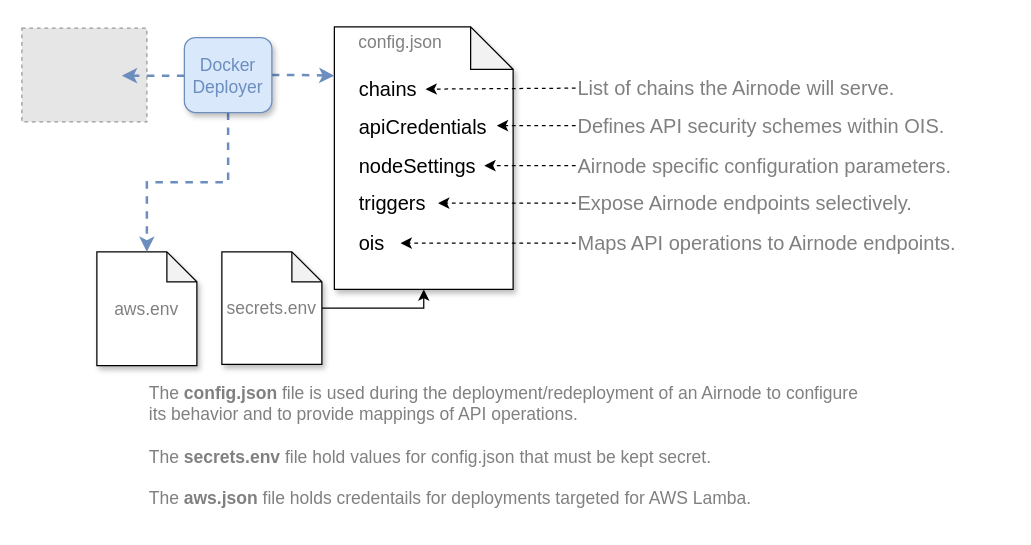
This is docs/airnode/next/assets/diagrams/config-json.drawio from api3dao/old-api3-docs, a draw.io file, before an edit. Source tidied: cells renumbered, new cells numbered last; positions are measured from the earlier drawing's top-left corner, leaving out a move shared by most shapes. Both pictures are drawn from the tidied source at 125%, with x=0, y=0 at pixel (21, 26). Pictures stored in the file or linked from it are replaced by grey dashed boxes.
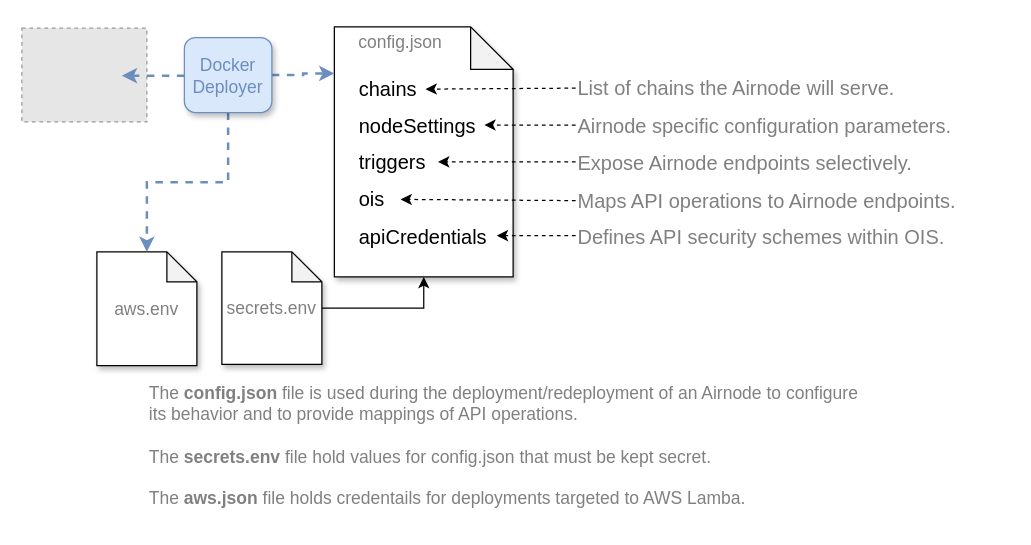
After the change.

The edit, as a diff of the source:
```diff
@@
     <mxCell id="2" style="shape=note;whiteSpace=wrap;html=1;backgroundOutline=1;darkOpacity=0.05;fontSize=14;size=34;shadow=1;" parent="1" vertex="1">
-      <mxGeometry x="250" width="143" height="210" as="geometry" />
+      <mxGeometry x="250" width="143" height="200" as="geometry" />
     </mxCell>
     <mxCell id="3" value="&lt;font style=&quot;font-size: 16px;&quot;&gt;Maps API operations to Airnode endpoints.&lt;/font&gt;" style="text;html=1;strokeColor=none;fillColor=none;align=left;verticalAlign=middle;whiteSpace=wrap;rounded=0;sketch=0;fontSize=16;fontColor=#808080;" parent="1" vertex="1">
-      <mxGeometry x="443" y="163" width="327" height="20" as="geometry" />
+      <mxGeometry x="443" y="129" width="327" height="20" as="geometry" />
     </mxCell>
     <mxCell id="4" value="Expose Airnode endpoints selectively." style="text;html=1;strokeColor=none;fillColor=none;align=left;verticalAlign=middle;whiteSpace=wrap;rounded=0;sketch=0;fontSize=16;fontColor=#808080;" parent="1" vertex="1">
-      <mxGeometry x="443" y="131" width="327" height="20" as="geometry" />
+      <mxGeometry x="443" y="99" width="327" height="20" as="geometry" />
     </mxCell>
     <mxCell id="5" value="Airnode specific configuration parameters." style="text;html=1;strokeColor=none;fillColor=none;align=left;verticalAlign=middle;whiteSpace=wrap;rounded=0;sketch=0;fontSize=16;fontColor=#808080;" parent="1" vertex="1">
-      <mxGeometry x="443" y="101" width="327" height="20" as="geometry" />
+      <mxGeometry x="443" y="68.5" width="327" height="20" as="geometry" />
     </mxCell>
@@
-    <mxCell id="9" value="&lt;font style=&quot;font-size: 14px&quot;&gt;The&amp;nbsp;&lt;b&gt;config.json&lt;/b&gt;&amp;nbsp;file is used during the deployment/redeployment of an Airnode to configure its behavior and to provide mappings of API operations.&lt;br&gt;&lt;br&gt;The &lt;b style=&quot;font-size: 14px&quot;&gt;secrets.env&lt;/b&gt; file hold values for&lt;span style=&quot;font-size: 14px&quot;&gt;&amp;nbsp;config.json that must be kept secret&lt;/span&gt;.&lt;br&gt;&lt;br&gt;The &lt;b&gt;aws.json&lt;/b&gt; file holds credentails for deployments targeted for AWS Lamba.&lt;br&gt;&lt;/font&gt;" style="text;html=1;strokeColor=none;fillColor=none;align=left;verticalAlign=middle;whiteSpace=wrap;rounded=0;shadow=1;sketch=0;fontSize=14;fontColor=#808080;" parent="1" vertex="1">
+    <mxCell id="9" value="&lt;font style=&quot;font-size: 14px&quot;&gt;The&amp;nbsp;&lt;b&gt;config.json&lt;/b&gt;&amp;nbsp;file is used during the deployment/redeployment of an Airnode to configure its behavior and to provide mappings of API operations.&lt;br&gt;&lt;br&gt;The &lt;b style=&quot;font-size: 14px&quot;&gt;secrets.env&lt;/b&gt; file hold values for&lt;span style=&quot;font-size: 14px&quot;&gt;&amp;nbsp;config.json that must be kept secret&lt;/span&gt;.&lt;br&gt;&lt;br&gt;The &lt;b&gt;aws.json&lt;/b&gt; file holds credentails for deployments targeted to AWS Lamba.&lt;br&gt;&lt;/font&gt;" style="text;html=1;strokeColor=none;fillColor=none;align=left;verticalAlign=middle;whiteSpace=wrap;rounded=0;shadow=1;sketch=0;fontSize=14;fontColor=#808080;" parent="1" vertex="1">
       <mxGeometry x="100" y="280" width="580" height="110" as="geometry" />
     </mxCell>
@@
     <mxCell id="12" value="&lt;font style=&quot;font-size: 16px&quot;&gt;apiCredentials&lt;/font&gt;" style="text;html=1;strokeColor=none;fillColor=none;align=left;verticalAlign=middle;whiteSpace=wrap;rounded=0;" parent="1" vertex="1">
-      <mxGeometry x="268" y="70" width="102" height="20" as="geometry" />
+      <mxGeometry x="268" y="158" width="102" height="20" as="geometry" />
     </mxCell>
     <mxCell id="13" value="&lt;font style=&quot;font-size: 16px&quot;&gt;nodeSettings&lt;br&gt;&lt;/font&gt;" style="text;html=1;strokeColor=none;fillColor=none;align=left;verticalAlign=middle;whiteSpace=wrap;rounded=0;" parent="1" vertex="1">
-      <mxGeometry x="268" y="101" width="105" height="20" as="geometry" />
+      <mxGeometry x="268" y="68.5" width="105" height="20" as="geometry" />
     </mxCell>
     <mxCell id="14" value="&lt;font style=&quot;font-size: 16px&quot;&gt;triggers&lt;br&gt;&lt;/font&gt;" style="text;html=1;strokeColor=none;fillColor=none;align=left;verticalAlign=middle;whiteSpace=wrap;rounded=0;" parent="1" vertex="1">
-      <mxGeometry x="268" y="131" width="65" height="20" as="geometry" />
+      <mxGeometry x="268" y="98" width="65" height="20" as="geometry" />
     </mxCell>
     <mxCell id="15" value="&lt;font style=&quot;font-size: 16px&quot;&gt;ois&lt;/font&gt;" style="text;html=1;strokeColor=none;fillColor=none;align=left;verticalAlign=middle;whiteSpace=wrap;rounded=0;" parent="1" vertex="1">
-      <mxGeometry x="268" y="163" width="35" height="20" as="geometry" />
+      <mxGeometry x="268" y="128" width="35" height="20" as="geometry" />
     </mxCell>
-    <mxCell id="16" style="endArrow=classic;html=1;dashed=1;entryX=1;entryY=0.5;entryDx=0;entryDy=0;exitX=0;exitY=0.5;exitDx=0;exitDy=0;" parent="1" edge="1" source="4" target="14">
-      <mxGeometry relative="1" as="geometry" />
+    <mxCell id="16" style="endArrow=classic;html=1;dashed=1;entryX=1;entryY=0.5;entryDx=0;entryDy=0;exitX=0;exitY=0.5;exitDx=0;exitDy=0;" parent="1" edge="1" target="14">
+      <mxGeometry relative="1" as="geometry">
+        <mxPoint x="443" y="108" as="sourcePoint" />
+      </mxGeometry>
     </mxCell>
     <mxCell id="17" style="endArrow=classic;html=1;dashed=1;" parent="1" edge="1" source="5">
       <mxGeometry relative="1" as="geometry">
-        <mxPoint x="370" y="111" as="targetPoint" />
+        <mxPoint x="370" y="78.5" as="targetPoint" />
       </mxGeometry>
     </mxCell>
     <mxCell id="18" value="Defines API security schemes within OIS." style="text;html=1;strokeColor=none;fillColor=none;align=left;verticalAlign=middle;whiteSpace=wrap;rounded=0;sketch=0;fontSize=16;fontColor=#808080;" parent="1" vertex="1">
-      <mxGeometry x="443" y="69" width="347" height="20" as="geometry" />
+      <mxGeometry x="443" y="158" width="347" height="20" as="geometry" />
     </mxCell>
-    <mxCell id="19" style="endArrow=classic;html=1;dashed=1;exitX=0;exitY=0.5;exitDx=0;exitDy=0;" parent="1" edge="1" source="18">
+    <mxCell id="19" style="endArrow=classic;html=1;dashed=1;exitX=0;exitY=0.5;exitDx=0;exitDy=0;" parent="1" edge="1">
       <mxGeometry relative="1" as="geometry">
-        <mxPoint x="380" y="79" as="targetPoint" />
+        <mxPoint x="443" y="167" as="sourcePoint" />
+        <mxPoint x="380" y="167" as="targetPoint" />
       </mxGeometry>
     </mxCell>
```
